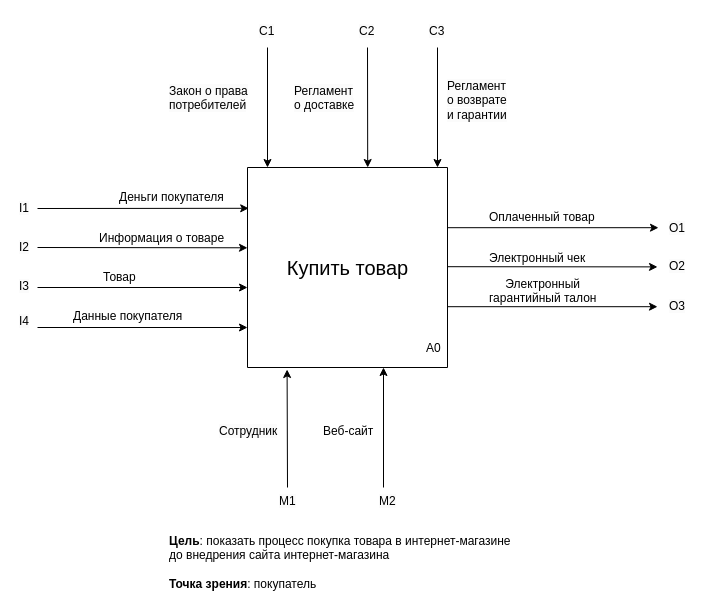
The draw.io diagram IDEF0(TO-BE).drawio in melikhovaeva/business-processes, before the edit. Source tidied: cells renumbered, new cells numbered last; positions are measured from the earlier drawing's top-left corner, leaving out a move shared by most shapes. Both pictures are drawn from the tidied source at 100%, with x=0, y=0 at pixel (17, 17).
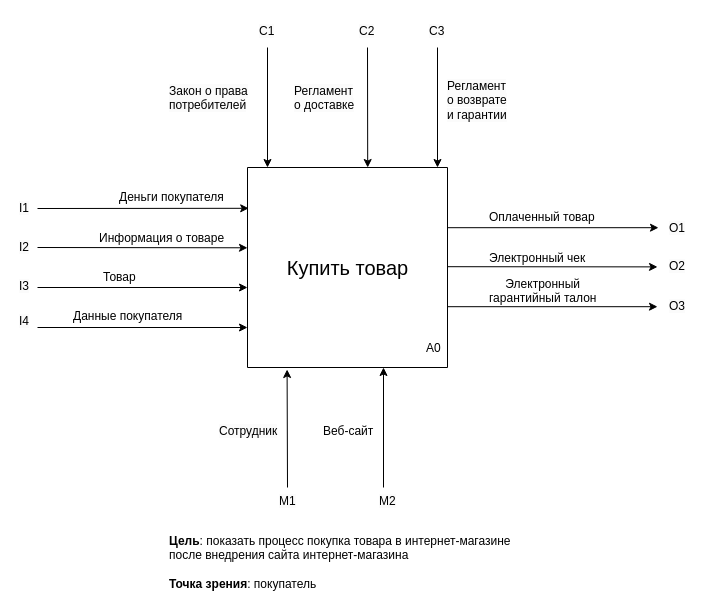
Above is the later version.

Change to the diagram source:
```diff
@@
-    <mxCell id="41" value="&lt;div style=&quot;&quot;&gt;&lt;b&gt;Цель&lt;/b&gt;: показать процесс покупка товара в интернет-магазине до внедрения сайта интернет-магазина&lt;/div&gt;&lt;div style=&quot;&quot;&gt;&lt;br&gt;&lt;/div&gt;&lt;div style=&quot;&quot;&gt;&lt;b&gt;Точка зрения&lt;/b&gt;: покупатель&lt;/div&gt;" style="text;whiteSpace=wrap;html=1;align=left;" parent="1" vertex="1">
+    <mxCell id="41" value="&lt;div style=&quot;&quot;&gt;&lt;b&gt;Цель&lt;/b&gt;: показать процесс покупка товара в интернет-магазине после внедрения сайта интернет-магазина&lt;/div&gt;&lt;div style=&quot;&quot;&gt;&lt;br&gt;&lt;/div&gt;&lt;div style=&quot;&quot;&gt;&lt;b&gt;Точка зрения&lt;/b&gt;: покупатель&lt;/div&gt;" style="text;whiteSpace=wrap;html=1;align=left;" parent="1" vertex="1">
       <mxGeometry x="150" y="510" width="360" height="40" as="geometry" />
     </mxCell>
```
